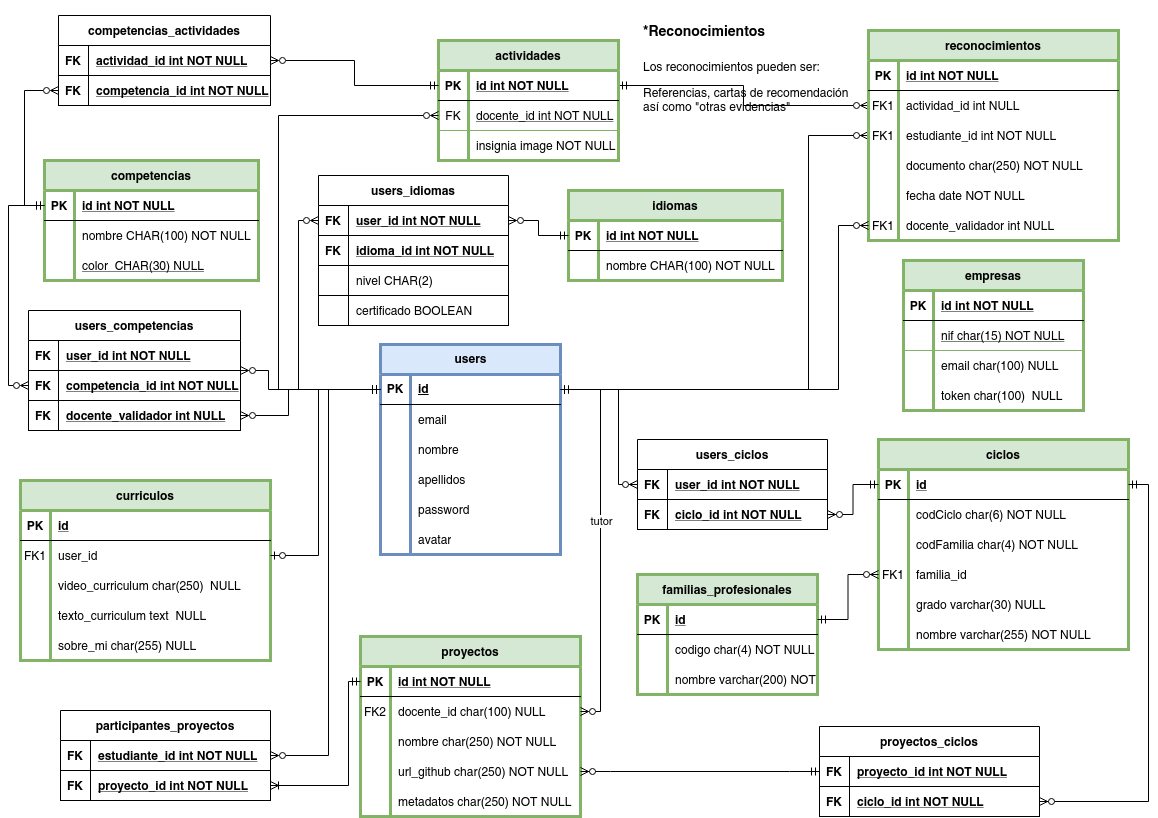
Earlier version of the draw.io export documentos/marcapersonalFP.drawio.png (Zaidanxp/marcapersonalFP_REA). Source tidied: cells renumbered, new cells last; positions are measured from the earlier drawing's top-left corner, leaving out a move shared by most shapes.
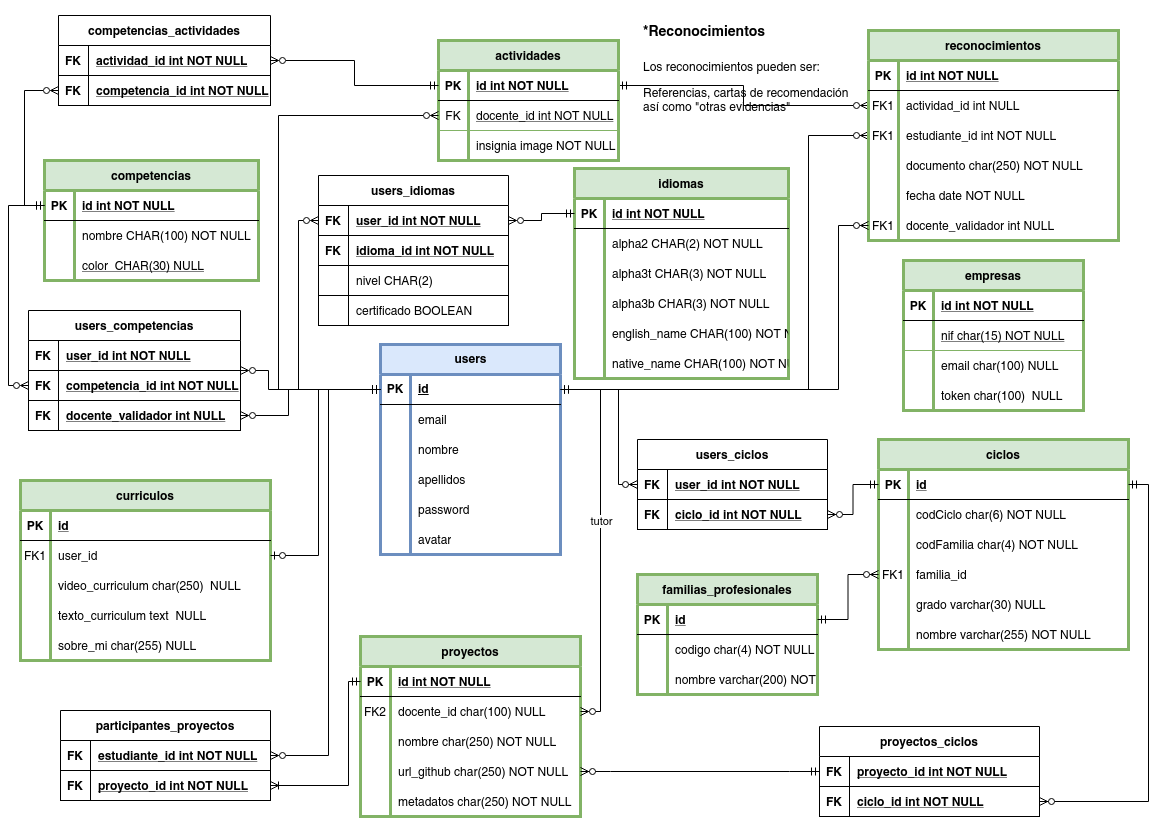
After the commit.

Commit message:
Normalizando la tabla idiomas

What changed in the source:
```diff
@@ -586,7 +586,7 @@
       </mxGeometry>
     </mxCell>
     <mxCell id="179" value="idiomas" style="shape=table;startSize=30;rowLines=0;fontStyle=1;align=center;strokeWidth=3;fillColor=#d5e8d4;strokeColor=#82b366;" parent="1" vertex="1">
-      <mxGeometry x="548" y="180" width="214" height="90" as="geometry" />
+      <mxGeometry x="554" y="158" width="214" height="210" as="geometry" />
     </mxCell>
     <mxCell id="180" style="shape=partialRectangle;fillColor=none;points=[[0,0.5],[1,0.5]];portConstraint=eastwest;top=0;left=0;right=0;bottom=1;" parent="179" vertex="1">
       <mxGeometry y="30" width="214" height="30" as="geometry" />
@@ -603,9 +603,45 @@
     <mxCell id="184" style="shape=partialRectangle;overflow=hidden;fillColor=none;top=0;left=0;bottom=0;right=0;" parent="183" vertex="1">
       <mxGeometry width="30" height="30" as="geometry" />
     </mxCell>
-    <mxCell id="185" value="nombre CHAR(100) NOT NULL" style="shape=partialRectangle;overflow=hidden;fillColor=none;top=0;left=0;bottom=0;right=0;align=left;spacingLeft=6;" parent="183" vertex="1">
+    <mxCell id="185" value="alpha2 CHAR(2) NOT NULL" style="shape=partialRectangle;overflow=hidden;fillColor=none;top=0;left=0;bottom=0;right=0;align=left;spacingLeft=6;" parent="183" vertex="1">
       <mxGeometry x="30" width="184" height="30" as="geometry" />
     </mxCell>
+    <mxCell id="214" style="shape=partialRectangle;fillColor=none;top=0;left=0;right=0;bottom=0;" parent="179" vertex="1">
+      <mxGeometry y="90" width="214" height="30" as="geometry" />
+    </mxCell>
+    <mxCell id="215" style="shape=partialRectangle;overflow=hidden;fillColor=none;top=0;left=0;bottom=0;right=0;" parent="214" vertex="1">
+      <mxGeometry width="30" height="30" as="geometry" />
+    </mxCell>
+    <mxCell id="216" value="alpha3t CHAR(3) NOT NULL" style="shape=partialRectangle;overflow=hidden;fillColor=none;top=0;left=0;bottom=0;right=0;align=left;spacingLeft=6;" parent="214" vertex="1">
+      <mxGeometry x="30" width="184" height="30" as="geometry" />
+    </mxCell>
+    <mxCell id="217" style="shape=partialRectangle;fillColor=none;top=0;left=0;right=0;bottom=0;" parent="179" vertex="1">
+      <mxGeometry y="120" width="214" height="30" as="geometry" />
+    </mxCell>
+    <mxCell id="218" style="shape=partialRectangle;overflow=hidden;fillColor=none;top=0;left=0;bottom=0;right=0;" parent="217" vertex="1">
+      <mxGeometry width="30" height="30" as="geometry" />
+    </mxCell>
+    <mxCell id="219" value="alpha3b CHAR(3) NOT NULL" style="shape=partialRectangle;overflow=hidden;fillColor=none;top=0;left=0;bottom=0;right=0;align=left;spacingLeft=6;" parent="217" vertex="1">
+      <mxGeometry x="30" width="184" height="30" as="geometry" />
+    </mxCell>
+    <mxCell id="220" style="shape=partialRectangle;fillColor=none;top=0;left=0;right=0;bottom=0;" parent="179" vertex="1">
+      <mxGeometry y="150" width="214" height="30" as="geometry" />
+    </mxCell>
+    <mxCell id="221" style="shape=partialRectangle;overflow=hidden;fillColor=none;top=0;left=0;bottom=0;right=0;" parent="220" vertex="1">
+      <mxGeometry width="30" height="30" as="geometry" />
+    </mxCell>
+    <mxCell id="222" value="english_name CHAR(100) NOT NULL" style="shape=partialRectangle;overflow=hidden;fillColor=none;top=0;left=0;bottom=0;right=0;align=left;spacingLeft=6;" parent="220" vertex="1">
+      <mxGeometry x="30" width="184" height="30" as="geometry" />
+    </mxCell>
+    <mxCell id="223" style="shape=partialRectangle;fillColor=none;top=0;left=0;right=0;bottom=0;" parent="179" vertex="1">
+      <mxGeometry y="180" width="214" height="30" as="geometry" />
+    </mxCell>
+    <mxCell id="224" style="shape=partialRectangle;overflow=hidden;fillColor=none;top=0;left=0;bottom=0;right=0;" parent="223" vertex="1">
+      <mxGeometry width="30" height="30" as="geometry" />
+    </mxCell>
+    <mxCell id="225" value="native_name CHAR(100) NOT NULL" style="shape=partialRectangle;overflow=hidden;fillColor=none;top=0;left=0;bottom=0;right=0;align=left;spacingLeft=6;" parent="223" vertex="1">
+      <mxGeometry x="30" width="184" height="30" as="geometry" />
+    </mxCell>
     <mxCell id="186" value="users_idiomas" style="shape=table;startSize=30;rowLines=0;fontStyle=1;align=center;strokeWidth=1;" parent="1" vertex="1">
       <mxGeometry x="298" y="165" width="190" height="150" as="geometry" />
     </mxCell>
```
